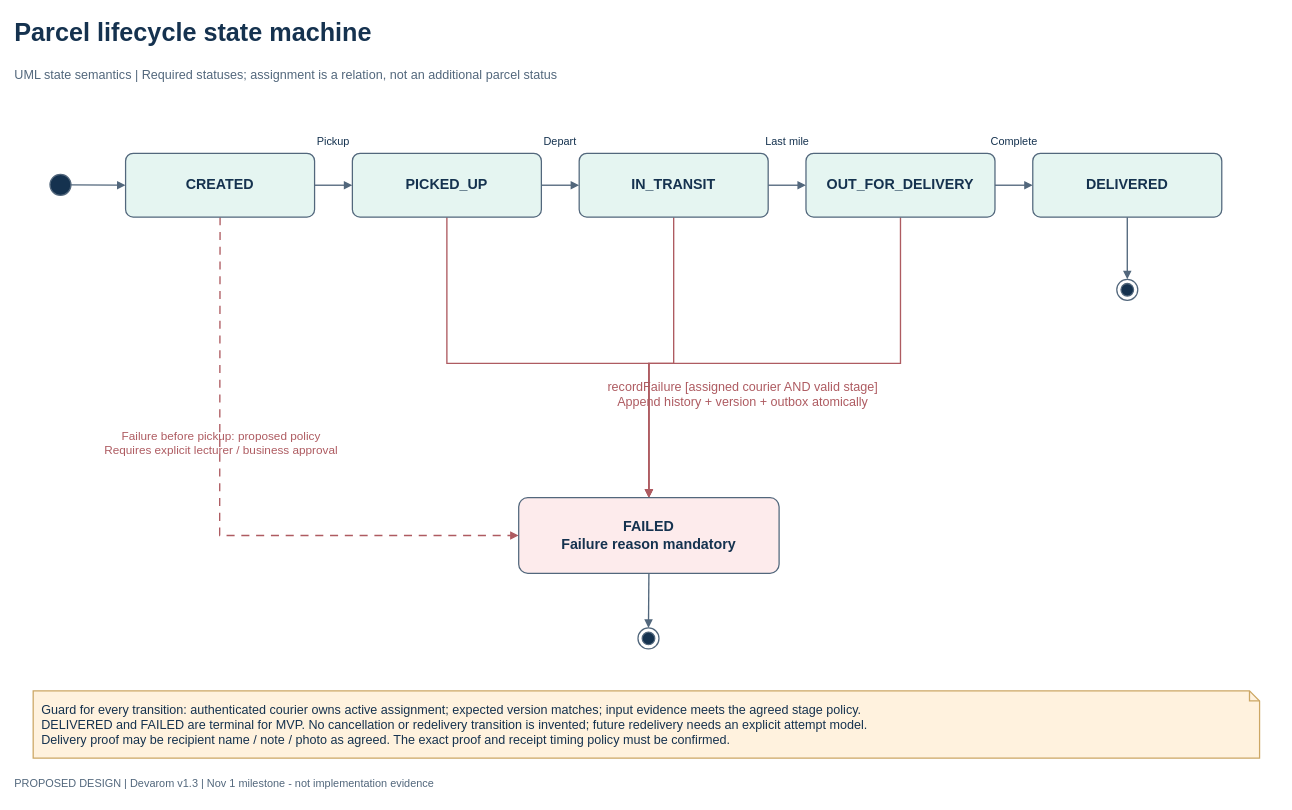
Before: docs/diagrams/editable/17_parcel_state_machine.drawio in Suthankan1/swiftdrop, a draw.io diagram. Source tidied: cells renumbered, new cells numbered last; positions are measured from the earlier drawing's top-left corner, leaving out a move shared by most shapes. Both pictures are drawn from the tidied source at 84%, with x=0, y=0 at pixel (14, 14).
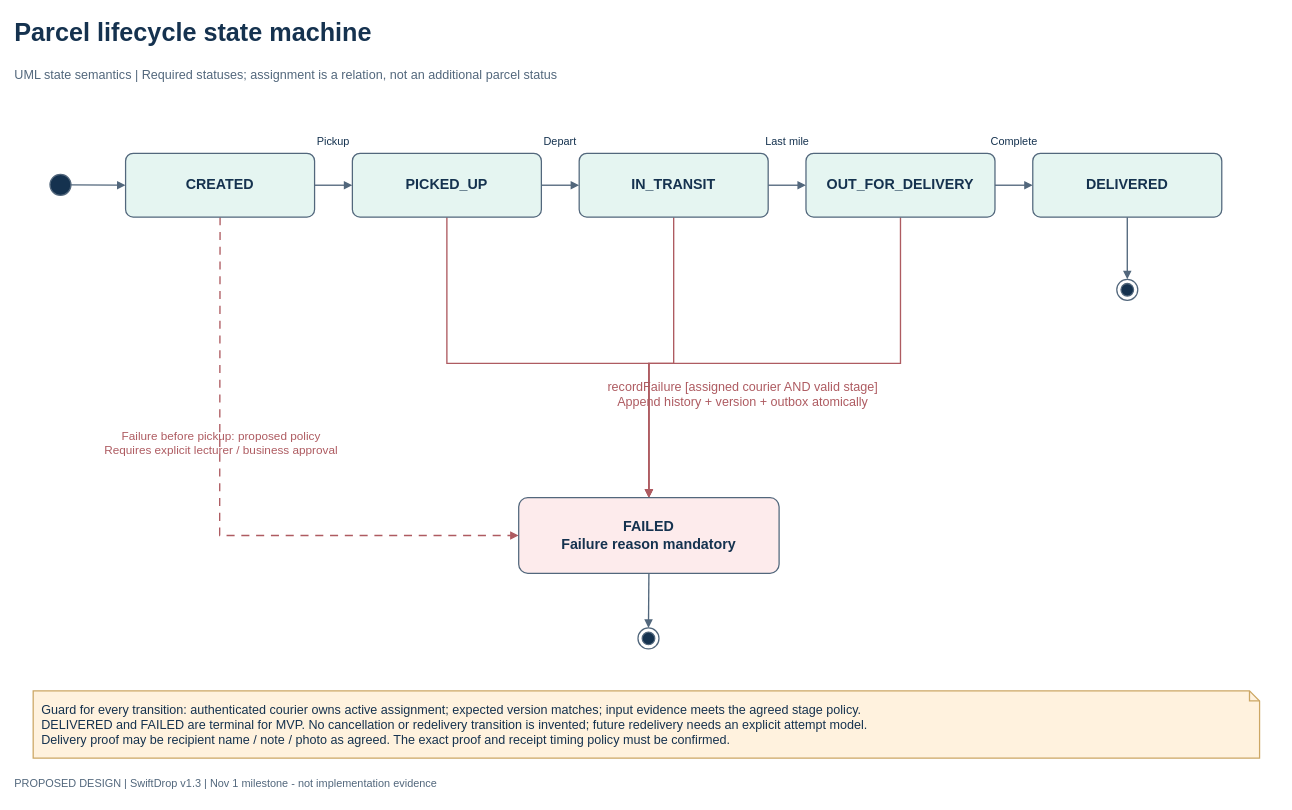
After the change.

Change to the diagram source:
```diff
@@
-    <mxCell id="15" value="PROPOSED DESIGN | Devarom v1.3 | Nov 1 milestone - not implementation evidence" style="text;html=0;whiteSpace=wrap;align=left;verticalAlign=middle;fontFamily=Helvetica;fontSize=13;fontColor=#52677C;fontStyle=0;fillColor=#FFFFFF;strokeColor=#52677C;strokeWidth=1.5;spacing=10;fillColor=none;strokeColor=none;spacing=0;" parent="1" vertex="1">
+    <mxCell id="15" value="PROPOSED DESIGN | SwiftDrop v1.3 | Nov 1 milestone - not implementation evidence" style="text;html=0;whiteSpace=wrap;align=left;verticalAlign=middle;fontFamily=Helvetica;fontSize=13;fontColor=#52677C;fontStyle=0;fillColor=#FFFFFF;strokeColor=#52677C;strokeWidth=1.5;spacing=10;fillColor=none;strokeColor=none;spacing=0;" parent="1" vertex="1">
       <mxGeometry y="900" width="1504" height="30" as="geometry" />
     </mxCell>
```
